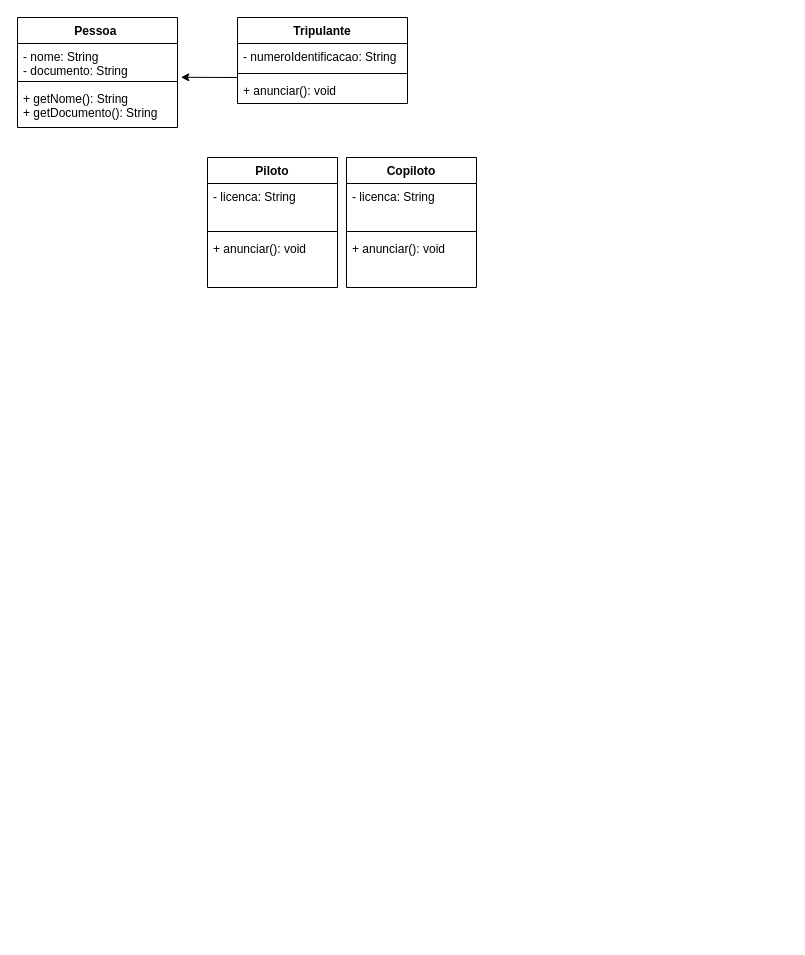
Above: Diagrama sem nome.drawio in Git-Thay/ATIVIDADES-POO (draw.io), before the change. Source tidied: cells renumbered, new cells numbered last; positions are measured from the earlier drawing's top-left corner, leaving out a move shared by most shapes. Both pictures are drawn from the tidied source at 100%, with x=0, y=0 at pixel (17, 17).
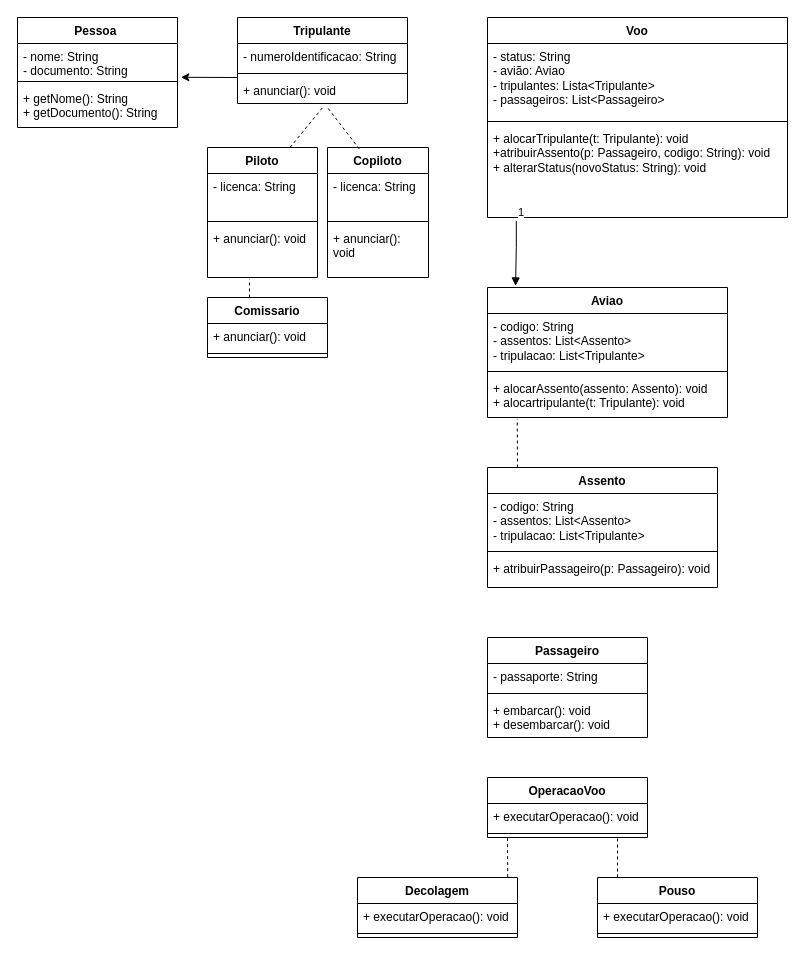
The same diagram, later.

The change refers to these unchanged cells:
```xml
<mxCell id="9" value="+ anunciar(): void" style="text;strokeColor=none;fillColor=none;align=left;verticalAlign=top;spacingLeft=4;spacingRight=4;overflow=hidden;points=[[0,0.5],[1,0.5]];portConstraint=eastwest;whiteSpace=wrap;html=1;" parent="6" vertex="1">
  <mxGeometry y="60" width="170" height="26" as="geometry" />
</mxCell>
```

Change to the diagram source:
```diff
@@
     <mxCell id="11" value="Piloto" style="swimlane;fontStyle=1;align=center;verticalAlign=top;horizontal=1;startSize=26;whiteSpace=wrap;html=1;" parent="1" vertex="1">
-      <mxGeometry x="190" y="140" width="130" height="130" as="geometry" />
+      <mxGeometry x="190" y="130" width="110" height="130" as="geometry" />
     </mxCell>
     <mxCell id="12" value="- licenca: String" style="text;strokeColor=none;fillColor=none;align=left;verticalAlign=top;spacingLeft=4;spacingRight=4;overflow=hidden;whiteSpace=wrap;html=1;" parent="11" vertex="1">
-      <mxGeometry y="26" width="130" height="44" as="geometry" />
+      <mxGeometry y="26" width="110" height="44" as="geometry" />
     </mxCell>
     <mxCell id="13" style="line;strokeWidth=1;fillColor=none;align=left;verticalAlign=middle;spacingTop=-1;spacingLeft=3;spacingRight=3;labelPosition=right;strokeColor=inherit;" parent="11" vertex="1">
-      <mxGeometry y="70" width="130" height="8" as="geometry" />
+      <mxGeometry y="70" width="110" height="8" as="geometry" />
     </mxCell>
     <mxCell id="14" value="+ anunciar(): void" style="text;strokeColor=none;fillColor=none;align=left;verticalAlign=top;spacingLeft=4;spacingRight=4;overflow=hidden;points=[[0,0.5],[1,0.5]];portConstraint=eastwest;whiteSpace=wrap;html=1;" parent="11" vertex="1">
-      <mxGeometry y="78" width="130" height="52" as="geometry" />
+      <mxGeometry y="78" width="110" height="52" as="geometry" />
     </mxCell>
     <mxCell id="15" value="Copiloto" style="swimlane;fontStyle=1;align=center;verticalAlign=top;horizontal=1;startSize=26;whiteSpace=wrap;html=1;" parent="1" vertex="1">
-      <mxGeometry x="329" y="140" width="130" height="130" as="geometry" />
+      <mxGeometry x="310" y="130" width="101" height="130" as="geometry" />
     </mxCell>
     <mxCell id="16" value="- licenca: String" style="text;strokeColor=none;fillColor=none;align=left;verticalAlign=top;spacingLeft=4;spacingRight=4;overflow=hidden;whiteSpace=wrap;html=1;" parent="15" vertex="1">
-      <mxGeometry y="26" width="130" height="44" as="geometry" />
+      <mxGeometry y="26" width="101" height="44" as="geometry" />
     </mxCell>
     <mxCell id="17" style="line;strokeWidth=1;fillColor=none;align=left;verticalAlign=middle;spacingTop=-1;spacingLeft=3;spacingRight=3;labelPosition=right;strokeColor=inherit;" parent="15" vertex="1">
-      <mxGeometry y="70" width="130" height="8" as="geometry" />
+      <mxGeometry y="70" width="101" height="8" as="geometry" />
     </mxCell>
     <mxCell id="18" value="+ anunciar(): void" style="text;strokeColor=none;fillColor=none;align=left;verticalAlign=top;spacingLeft=4;spacingRight=4;overflow=hidden;whiteSpace=wrap;html=1;" parent="15" vertex="1">
-      <mxGeometry y="78" width="130" height="52" as="geometry" />
+      <mxGeometry y="78" width="101" height="52" as="geometry" />
     </mxCell>
+    <mxCell id="19" style="endArrow=none;dashed=1;html=1;rounded=0;entryX=0.5;entryY=1.162;entryDx=0;entryDy=0;entryPerimeter=0;exitX=0.75;exitY=0;exitDx=0;exitDy=0;" parent="1" edge="1" source="11" target="9">
+      <mxGeometry relative="1" as="geometry" />
+    </mxCell>
+    <mxCell id="20" style="endArrow=none;dashed=1;html=1;rounded=0;exitX=0.314;exitY=0.011;exitDx=0;exitDy=0;exitPerimeter=0;" parent="1" edge="1" source="15">
+      <mxGeometry relative="1" as="geometry">
+        <mxPoint x="310" y="90" as="targetPoint" />
+      </mxGeometry>
+    </mxCell>
+    <mxCell id="21" style="endArrow=none;dashed=1;html=1;rounded=0;entryX=0.381;entryY=1.031;entryDx=0;entryDy=0;entryPerimeter=0;" parent="1" edge="1" target="14">
+      <mxGeometry relative="1" as="geometry">
+        <mxPoint x="232" y="280" as="sourcePoint" />
+      </mxGeometry>
+    </mxCell>
+    <mxCell id="22" value="Voo" style="swimlane;fontStyle=1;align=center;verticalAlign=top;horizontal=1;startSize=26;whiteSpace=wrap;html=1;" parent="1" vertex="1">
+      <mxGeometry x="470" width="300" height="200" as="geometry" />
+    </mxCell>
+    <mxCell id="23" value="- status: String&amp;nbsp;&lt;div&gt;- avião: Aviao&lt;/div&gt;&lt;div&gt;- tripulantes: Lista&amp;lt;Tripulante&amp;gt;&lt;/div&gt;&lt;div&gt;- passageiros: List&amp;lt;Passageiro&amp;gt;&lt;/div&gt;&lt;div&gt;&lt;br&gt;&lt;/div&gt;" style="text;strokeColor=none;fillColor=none;align=left;verticalAlign=top;spacingLeft=4;spacingRight=4;overflow=hidden;whiteSpace=wrap;html=1;" parent="22" vertex="1">
+      <mxGeometry y="26" width="300" height="74" as="geometry" />
+    </mxCell>
+    <mxCell id="24" style="line;strokeWidth=1;fillColor=none;align=left;verticalAlign=middle;spacingTop=-1;spacingLeft=3;spacingRight=3;labelPosition=right;strokeColor=inherit;" parent="22" vertex="1">
+      <mxGeometry y="100" width="300" height="8" as="geometry" />
+    </mxCell>
+    <mxCell id="25" value="+ alocarTripulante(t: Tripulante): void&lt;div&gt;+atribuirAssento(p: Passageiro, codigo: String): void&amp;nbsp;&lt;/div&gt;&lt;div&gt;+ alterarStatus(novoStatus: String): void&lt;/div&gt;" style="text;strokeColor=none;fillColor=none;align=left;verticalAlign=top;spacingLeft=4;spacingRight=4;overflow=hidden;points=[[0,0.5],[1,0.5]];portConstraint=eastwest;whiteSpace=wrap;html=1;" parent="22" vertex="1">
+      <mxGeometry y="108" width="300" height="92" as="geometry" />
+    </mxCell>
+    <mxCell id="26" value="Assento" style="swimlane;fontStyle=1;align=center;verticalAlign=top;horizontal=1;startSize=26;whiteSpace=wrap;html=1;" parent="1" vertex="1">
+      <mxGeometry x="470" y="450" width="230" height="120" as="geometry" />
+    </mxCell>
+    <mxCell id="27" value="- codigo: String&amp;nbsp;&lt;div&gt;- assentos: List&amp;lt;Assento&amp;gt;&lt;/div&gt;&lt;div&gt;- tripulacao: List&amp;lt;Tripulante&amp;gt;&lt;/div&gt;" style="text;strokeColor=none;fillColor=none;align=left;verticalAlign=top;spacingLeft=4;spacingRight=4;overflow=hidden;whiteSpace=wrap;html=1;" parent="26" vertex="1">
+      <mxGeometry y="26" width="230" height="54" as="geometry" />
+    </mxCell>
+    <mxCell id="28" style="line;strokeWidth=1;fillColor=none;align=left;verticalAlign=middle;spacingTop=-1;spacingLeft=3;spacingRight=3;labelPosition=right;strokeColor=inherit;" parent="26" vertex="1">
+      <mxGeometry y="80" width="230" height="8" as="geometry" />
+    </mxCell>
+    <mxCell id="29" value="+ atribuirPassageiro(p: Passageiro): void" style="text;strokeColor=none;fillColor=none;align=left;verticalAlign=top;spacingLeft=4;spacingRight=4;overflow=hidden;whiteSpace=wrap;html=1;" parent="26" vertex="1">
+      <mxGeometry y="88" width="230" height="32" as="geometry" />
+    </mxCell>
+    <mxCell id="30" value="Aviao" style="swimlane;fontStyle=1;align=center;verticalAlign=top;horizontal=1;startSize=26;whiteSpace=wrap;html=1;" parent="1" vertex="1">
+      <mxGeometry x="470" y="270" width="240" height="130" as="geometry" />
+    </mxCell>
+    <mxCell id="31" value="- codigo: String&lt;div&gt;- assentos: List&amp;lt;Assento&amp;gt;&lt;/div&gt;&lt;div&gt;- tripulacao: List&amp;lt;Tripulante&amp;gt;&lt;/div&gt;" style="text;strokeColor=none;fillColor=none;align=left;verticalAlign=top;spacingLeft=4;spacingRight=4;overflow=hidden;whiteSpace=wrap;html=1;" parent="30" vertex="1">
+      <mxGeometry y="26" width="240" height="54" as="geometry" />
+    </mxCell>
+    <mxCell id="32" style="line;strokeWidth=1;fillColor=none;align=left;verticalAlign=middle;spacingTop=-1;spacingLeft=3;spacingRight=3;labelPosition=right;strokeColor=inherit;" parent="30" vertex="1">
+      <mxGeometry y="80" width="240" height="8" as="geometry" />
+    </mxCell>
+    <mxCell id="33" value="+ alocarAssento(assento: Assento): void&amp;nbsp;&lt;div&gt;+ alocartripulante(t: Tripulante): void&lt;/div&gt;" style="text;strokeColor=none;fillColor=none;align=left;verticalAlign=top;spacingLeft=4;spacingRight=4;overflow=hidden;points=[[0,0.5],[1,0.5]];portConstraint=eastwest;whiteSpace=wrap;html=1;" parent="30" vertex="1">
+      <mxGeometry y="88" width="240" height="42" as="geometry" />
+    </mxCell>
+    <mxCell id="34" style="endArrow=block;endFill=1;html=1;edgeStyle=orthogonalEdgeStyle;align=left;verticalAlign=top;rounded=0;entryX=0.117;entryY=-0.012;entryDx=0;entryDy=0;entryPerimeter=0;exitX=0.096;exitY=1.038;exitDx=0;exitDy=0;exitPerimeter=0;" parent="1" edge="1" source="25" target="30">
+      <mxGeometry x="-1" relative="1" as="geometry">
+        <Array as="points">
+          <mxPoint x="499" y="230" />
+        </Array>
+      </mxGeometry>
+    </mxCell>
+    <mxCell id="35" value="1" style="edgeLabel;html=1;align=left;verticalAlign=bottom;" parent="34" vertex="1">
+      <mxGeometry x="-1" relative="1" as="geometry" />
+    </mxCell>
+    <mxCell id="36" style="endArrow=none;dashed=1;html=1;rounded=0;entryX=0.124;entryY=1.034;entryDx=0;entryDy=0;entryPerimeter=0;" parent="1" edge="1" target="33">
+      <mxGeometry relative="1" as="geometry">
+        <mxPoint x="500" y="450" as="sourcePoint" />
+      </mxGeometry>
+    </mxCell>
+    <mxCell id="37" value="Passageiro" style="swimlane;fontStyle=1;align=center;verticalAlign=top;horizontal=1;startSize=26;whiteSpace=wrap;html=1;" parent="1" vertex="1">
+      <mxGeometry x="470" y="620" width="160" height="100" as="geometry" />
+    </mxCell>
+    <mxCell id="38" value="- passaporte: String&amp;nbsp;" style="text;strokeColor=none;fillColor=none;align=left;verticalAlign=top;spacingLeft=4;spacingRight=4;overflow=hidden;whiteSpace=wrap;html=1;" parent="37" vertex="1">
+      <mxGeometry y="26" width="160" height="26" as="geometry" />
+    </mxCell>
+    <mxCell id="39" style="line;strokeWidth=1;fillColor=none;align=left;verticalAlign=middle;spacingTop=-1;spacingLeft=3;spacingRight=3;labelPosition=right;strokeColor=inherit;" parent="37" vertex="1">
+      <mxGeometry y="52" width="160" height="8" as="geometry" />
+    </mxCell>
+    <mxCell id="40" value="+ embarcar(): void&amp;nbsp;&lt;div&gt;+ desembarcar(): void&lt;/div&gt;" style="text;strokeColor=none;fillColor=none;align=left;verticalAlign=top;spacingLeft=4;spacingRight=4;overflow=hidden;whiteSpace=wrap;html=1;" parent="37" vertex="1">
+      <mxGeometry y="60" width="160" height="40" as="geometry" />
+    </mxCell>
+    <mxCell id="41" value="OperacaoVoo" style="swimlane;fontStyle=1;align=center;verticalAlign=top;horizontal=1;startSize=26;whiteSpace=wrap;html=1;" parent="1" vertex="1">
+      <mxGeometry x="470" y="760" width="160" height="60" as="geometry" />
+    </mxCell>
+    <mxCell id="42" value="+ executarOperacao(): void" style="text;strokeColor=none;fillColor=none;align=left;verticalAlign=top;spacingLeft=4;spacingRight=4;overflow=hidden;whiteSpace=wrap;html=1;" parent="41" vertex="1">
+      <mxGeometry y="26" width="160" height="26" as="geometry" />
+    </mxCell>
+    <mxCell id="43" style="line;strokeWidth=1;fillColor=none;align=left;verticalAlign=middle;spacingTop=-1;spacingLeft=3;spacingRight=3;labelPosition=right;strokeColor=inherit;" parent="41" vertex="1">
+      <mxGeometry y="52" width="160" height="8" as="geometry" />
+    </mxCell>
+    <mxCell id="44" value="Comissario" style="swimlane;fontStyle=1;align=center;verticalAlign=top;horizontal=1;startSize=26;whiteSpace=wrap;html=1;" parent="1" vertex="1">
+      <mxGeometry x="190" y="280" width="120" height="60" as="geometry" />
+    </mxCell>
+    <mxCell id="45" value="+ anunciar(): void" style="text;strokeColor=none;fillColor=none;align=left;verticalAlign=top;spacingLeft=4;spacingRight=4;overflow=hidden;whiteSpace=wrap;html=1;" parent="44" vertex="1">
+      <mxGeometry y="26" width="120" height="26" as="geometry" />
+    </mxCell>
+    <mxCell id="46" style="line;strokeWidth=1;fillColor=none;align=left;verticalAlign=middle;spacingTop=-1;spacingLeft=3;spacingRight=3;labelPosition=right;strokeColor=inherit;" parent="44" vertex="1">
+      <mxGeometry y="52" width="120" height="8" as="geometry" />
+    </mxCell>
+    <mxCell id="47" value="Decolagem" style="swimlane;fontStyle=1;align=center;verticalAlign=top;horizontal=1;startSize=26;whiteSpace=wrap;html=1;" parent="1" vertex="1">
+      <mxGeometry x="340" y="860" width="160" height="60" as="geometry" />
+    </mxCell>
+    <mxCell id="48" value="+ executarOperacao(): void" style="text;strokeColor=none;fillColor=none;align=left;verticalAlign=top;spacingLeft=4;spacingRight=4;overflow=hidden;whiteSpace=wrap;html=1;" parent="47" vertex="1">
+      <mxGeometry y="26" width="160" height="26" as="geometry" />
+    </mxCell>
+    <mxCell id="49" style="line;strokeWidth=1;fillColor=none;align=left;verticalAlign=middle;spacingTop=-1;spacingLeft=3;spacingRight=3;labelPosition=right;strokeColor=inherit;" parent="47" vertex="1">
+      <mxGeometry y="52" width="160" height="8" as="geometry" />
+    </mxCell>
+    <mxCell id="50" value="Pouso" style="swimlane;fontStyle=1;align=center;verticalAlign=top;horizontal=1;startSize=26;whiteSpace=wrap;html=1;" parent="1" vertex="1">
+      <mxGeometry x="580" y="860" width="160" height="60" as="geometry" />
+    </mxCell>
+    <mxCell id="51" value="+ executarOperacao(): void" style="text;strokeColor=none;fillColor=none;align=left;verticalAlign=top;spacingLeft=4;spacingRight=4;overflow=hidden;whiteSpace=wrap;html=1;" parent="50" vertex="1">
+      <mxGeometry y="26" width="160" height="26" as="geometry" />
+    </mxCell>
+    <mxCell id="52" style="line;strokeWidth=1;fillColor=none;align=left;verticalAlign=middle;spacingTop=-1;spacingLeft=3;spacingRight=3;labelPosition=right;strokeColor=inherit;" parent="50" vertex="1">
+      <mxGeometry y="52" width="160" height="8" as="geometry" />
+    </mxCell>
+    <mxCell id="53" style="endArrow=none;dashed=1;html=1;rounded=0;exitX=0.939;exitY=-0.006;exitDx=0;exitDy=0;exitPerimeter=0;" parent="1" edge="1" source="47">
+      <mxGeometry relative="1" as="geometry">
+        <mxPoint x="490" y="820" as="targetPoint" />
+      </mxGeometry>
+    </mxCell>
+    <mxCell id="54" style="endArrow=none;dashed=1;html=1;rounded=0;exitX=0.939;exitY=-0.006;exitDx=0;exitDy=0;exitPerimeter=0;" parent="1" edge="1">
+      <mxGeometry relative="1" as="geometry">
+        <mxPoint x="600" y="860" as="sourcePoint" />
+        <mxPoint x="600" y="820" as="targetPoint" />
+      </mxGeometry>
+    </mxCell>
```
